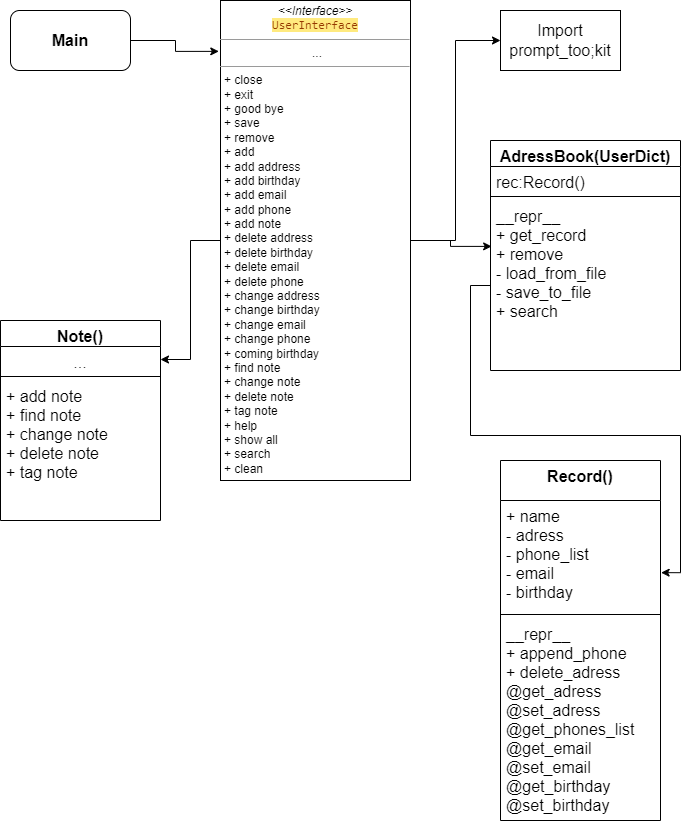
IiIymik/goit-python keeps this draw.io diagram as web-hw-2/Untitled Diagram.drawio.png. Above is the earlier version. Source tidied: cells renumbered, new cells last; positions are measured from the earlier drawing's top-left corner, leaving out a move shared by most shapes. Its diagram source:
```xml
<mxGraphModel>
  <root>
    <mxCell id="0" />
    <mxCell id="1" parent="0" />
    <mxCell id="2" style="edgeStyle=orthogonalEdgeStyle;rounded=0;jettySize=auto;html=1;entryX=0;entryY=0.5;entryDx=0;entryDy=0;fontSize=16;" parent="1" edge="1" source="5" target="8">
      <mxGeometry relative="1" as="geometry" />
    </mxCell>
    <mxCell id="3" style="edgeStyle=orthogonalEdgeStyle;rounded=0;jettySize=auto;html=1;entryX=0.006;entryY=0.27;entryDx=0;entryDy=0;entryPerimeter=0;fontSize=16;" parent="1" edge="1" source="5" target="12">
      <mxGeometry relative="1" as="geometry" />
    </mxCell>
    <mxCell id="4" style="edgeStyle=orthogonalEdgeStyle;rounded=0;jettySize=auto;html=1;entryX=1;entryY=0.5;entryDx=0;entryDy=0;fontSize=16;" parent="1" edge="1" source="5" target="19">
      <mxGeometry relative="1" as="geometry" />
    </mxCell>
    <mxCell id="5" value="&lt;p style=&quot;margin:0px;margin-top:4px;text-align:center;&quot;&gt;&lt;i&gt;&amp;lt;&amp;lt;Interface&amp;gt;&amp;gt;&lt;/i&gt;&lt;br&gt;&lt;span style=&quot;color: rgb(149, 56, 0); font-family: ui-monospace, SFMono-Regular, &amp;quot;SF Mono&amp;quot;, Menlo, Consolas, &amp;quot;Liberation Mono&amp;quot;, monospace; text-align: start; background-color: rgb(255, 234, 127);&quot;&gt;UserInterface&lt;/span&gt;&lt;br&gt;&lt;/p&gt;&lt;hr size=&quot;1&quot;&gt;&lt;p style=&quot;text-align: center; margin: 0px 0px 0px 4px;&quot;&gt;...&lt;/p&gt;&lt;hr size=&quot;1&quot;&gt;&lt;p style=&quot;margin:0px;margin-left:4px;&quot;&gt;+ close&lt;br&gt;+ exit&lt;/p&gt;&lt;p style=&quot;margin:0px;margin-left:4px;&quot;&gt;+ good bye&lt;/p&gt;&lt;p style=&quot;margin:0px;margin-left:4px;&quot;&gt;+ save&lt;/p&gt;&lt;p style=&quot;margin:0px;margin-left:4px;&quot;&gt;+ remove&lt;/p&gt;&lt;p style=&quot;margin:0px;margin-left:4px;&quot;&gt;+ add&lt;/p&gt;&lt;p style=&quot;margin:0px;margin-left:4px;&quot;&gt;+ add address&lt;/p&gt;&lt;p style=&quot;margin:0px;margin-left:4px;&quot;&gt;+ add birthday&lt;/p&gt;&lt;p style=&quot;margin:0px;margin-left:4px;&quot;&gt;+ add email&lt;/p&gt;&lt;p style=&quot;margin:0px;margin-left:4px;&quot;&gt;+ add phone&lt;/p&gt;&lt;p style=&quot;margin:0px;margin-left:4px;&quot;&gt;+ add note&lt;/p&gt;&lt;p style=&quot;margin:0px;margin-left:4px;&quot;&gt;+ delete address&lt;/p&gt;&lt;p style=&quot;margin: 0px 0px 0px 4px;&quot;&gt;+ delete&amp;nbsp;birthday&lt;/p&gt;&lt;p style=&quot;margin: 0px 0px 0px 4px;&quot;&gt;+ delete&amp;nbsp;email&lt;/p&gt;&lt;p style=&quot;margin: 0px 0px 0px 4px;&quot;&gt;+ delete&amp;nbsp;phone&lt;/p&gt;&lt;p style=&quot;margin: 0px 0px 0px 4px;&quot;&gt;+ change address&lt;/p&gt;&lt;p style=&quot;margin: 0px 0px 0px 4px;&quot;&gt;+ change birthday&lt;/p&gt;&lt;p style=&quot;margin: 0px 0px 0px 4px;&quot;&gt;+ change email&lt;/p&gt;&lt;p style=&quot;margin: 0px 0px 0px 4px;&quot;&gt;+ change phone&lt;/p&gt;&lt;p style=&quot;margin: 0px 0px 0px 4px;&quot;&gt;+ coming birthday&lt;/p&gt;&lt;p style=&quot;margin: 0px 0px 0px 4px;&quot;&gt;+ find note&lt;/p&gt;&lt;p style=&quot;margin: 0px 0px 0px 4px;&quot;&gt;+ change note&lt;/p&gt;&lt;p style=&quot;margin: 0px 0px 0px 4px;&quot;&gt;+ delete note&lt;/p&gt;&lt;p style=&quot;margin: 0px 0px 0px 4px;&quot;&gt;+ tag note&lt;/p&gt;&lt;p style=&quot;margin: 0px 0px 0px 4px;&quot;&gt;+ help&lt;/p&gt;&lt;p style=&quot;margin: 0px 0px 0px 4px;&quot;&gt;+ show all&lt;/p&gt;&lt;p style=&quot;margin: 0px 0px 0px 4px;&quot;&gt;+ search&lt;/p&gt;&lt;p style=&quot;margin: 0px 0px 0px 4px;&quot;&gt;+ clean&lt;/p&gt;" style="verticalAlign=top;align=left;overflow=fill;fontSize=12;fontFamily=Helvetica;html=1;rounded=0;shadow=0;comic=0;labelBackgroundColor=none;strokeWidth=1;" parent="1" vertex="1">
      <mxGeometry x="220" width="190" height="480" as="geometry" />
    </mxCell>
    <mxCell id="6" style="edgeStyle=orthogonalEdgeStyle;rounded=0;jettySize=auto;html=1;entryX=-0.009;entryY=0.106;entryDx=0;entryDy=0;entryPerimeter=0;fontSize=16;" parent="1" edge="1" source="7" target="5">
      <mxGeometry relative="1" as="geometry" />
    </mxCell>
    <mxCell id="7" value="&lt;b&gt;&lt;font style=&quot;font-size: 16px;&quot;&gt;Main&lt;/font&gt;&lt;/b&gt;" style="rounded=1;whiteSpace=wrap;html=1;" parent="1" vertex="1">
      <mxGeometry x="10" y="10" width="120" height="60" as="geometry" />
    </mxCell>
    <mxCell id="8" value="Import prompt_too;kit" style="rounded=0;whiteSpace=wrap;html=1;fontSize=16;" parent="1" vertex="1">
      <mxGeometry x="500" y="10" width="120" height="60" as="geometry" />
    </mxCell>
    <mxCell id="9" value="AdressBook(UserDict)" style="swimlane;fontStyle=1;align=center;verticalAlign=top;horizontal=1;startSize=26;fontSize=16;" parent="1" vertex="1">
      <mxGeometry x="490" y="140" width="190" height="230" as="geometry" />
    </mxCell>
    <mxCell id="10" value="rec:Record()" style="text;strokeColor=none;fillColor=none;align=left;verticalAlign=top;spacingLeft=4;spacingRight=4;overflow=hidden;fontSize=16;" parent="9" vertex="1">
      <mxGeometry y="26" width="190" height="26" as="geometry" />
    </mxCell>
    <mxCell id="11" style="line;strokeWidth=1;fillColor=none;align=left;verticalAlign=middle;spacingTop=-1;spacingLeft=3;spacingRight=3;labelPosition=right;fontSize=16;" parent="9" vertex="1">
      <mxGeometry y="52" width="190" height="8" as="geometry" />
    </mxCell>
    <mxCell id="12" value="__repr__&#10;+ get_record&#10;+ remove&#10;- load_from_file&#10;- save_to_file&#10;+ search&#10;" style="text;strokeColor=none;fillColor=none;align=left;verticalAlign=top;spacingLeft=4;spacingRight=4;overflow=hidden;points=[[0,0.5],[1,0.5]];portConstraint=eastwest;fontSize=16;" parent="9" vertex="1">
      <mxGeometry y="60" width="190" height="170" as="geometry" />
    </mxCell>
    <mxCell id="13" value="Record()" style="swimlane;fontStyle=1;align=center;verticalAlign=top;horizontal=1;startSize=40;fontSize=16;" parent="1" vertex="1">
      <mxGeometry x="500" y="460" width="160" height="360" as="geometry" />
    </mxCell>
    <mxCell id="14" value="+ name&#10;- adress&#10;- phone_list&#10;- email&#10;- birthday" style="text;strokeColor=none;fillColor=none;align=left;verticalAlign=top;spacingLeft=4;spacingRight=4;overflow=hidden;points=[[0,0.5],[1,0.5]];portConstraint=eastwest;fontSize=16;" parent="13" vertex="1">
      <mxGeometry y="40" width="160" height="110" as="geometry" />
    </mxCell>
    <mxCell id="15" style="line;strokeWidth=1;fillColor=none;align=left;verticalAlign=middle;spacingTop=-1;spacingLeft=3;spacingRight=3;labelPosition=right;fontSize=16;" parent="13" vertex="1">
      <mxGeometry y="150" width="160" height="8" as="geometry" />
    </mxCell>
    <mxCell id="16" value="__repr__&#10;+ append_phone&#10;+ delete_adress&#10;@get_adress&#10;@set_adress&#10;@get_phones_list&#10;@get_email&#10;@set_email&#10;@get_birthday&#10;@set_birthday" style="text;strokeColor=none;fillColor=none;align=left;verticalAlign=top;spacingLeft=4;spacingRight=4;overflow=hidden;fontSize=16;" parent="13" vertex="1">
      <mxGeometry y="158" width="160" height="202" as="geometry" />
    </mxCell>
    <mxCell id="17" style="edgeStyle=orthogonalEdgeStyle;rounded=0;jettySize=auto;html=1;entryX=1.004;entryY=0.656;entryDx=0;entryDy=0;entryPerimeter=0;fontSize=16;" parent="1" edge="1" source="12" target="14">
      <mxGeometry relative="1" as="geometry" />
    </mxCell>
    <mxCell id="18" value="Note()" style="swimlane;fontStyle=1;align=center;verticalAlign=top;horizontal=1;startSize=26;fontSize=16;" parent="1" vertex="1">
      <mxGeometry y="320" width="160" height="200" as="geometry" />
    </mxCell>
    <mxCell id="19" value="..." style="text;strokeColor=none;fillColor=none;align=center;verticalAlign=top;spacingLeft=4;spacingRight=4;overflow=hidden;points=[[0,0.5],[1,0.5]];portConstraint=eastwest;fontSize=16;" parent="18" vertex="1">
      <mxGeometry y="26" width="160" height="26" as="geometry" />
    </mxCell>
    <mxCell id="20" style="line;strokeWidth=1;fillColor=none;align=left;verticalAlign=middle;spacingTop=-1;spacingLeft=3;spacingRight=3;labelPosition=right;fontSize=16;" parent="18" vertex="1">
      <mxGeometry y="52" width="160" height="8" as="geometry" />
    </mxCell>
    <mxCell id="21" value="+ add note&#10;+ find note&#10;+ change note&#10;+ delete note&#10;+ tag note" style="text;strokeColor=none;fillColor=none;align=left;verticalAlign=top;spacingLeft=4;spacingRight=4;overflow=hidden;fontSize=16;" parent="18" vertex="1">
      <mxGeometry y="60" width="160" height="140" as="geometry" />
    </mxCell>
  </root>
</mxGraphModel>
```
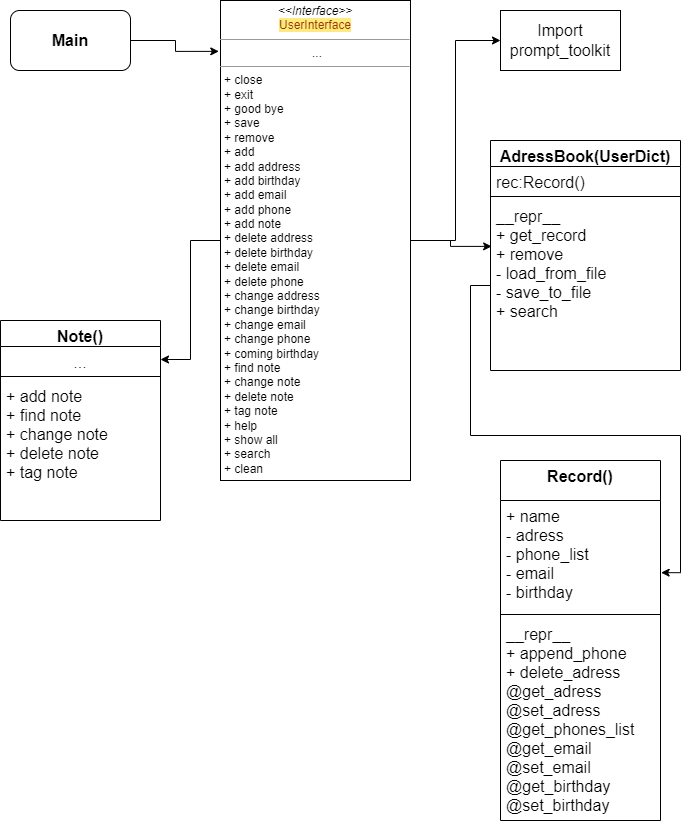
The same file after the commit.

The edit, as a diff of the source:
```diff
@@ -20,7 +20,7 @@
     <mxCell id="7" value="&lt;b&gt;&lt;font style=&quot;font-size: 16px;&quot;&gt;Main&lt;/font&gt;&lt;/b&gt;" style="rounded=1;whiteSpace=wrap;html=1;" parent="1" vertex="1">
       <mxGeometry x="10" y="10" width="120" height="60" as="geometry" />
     </mxCell>
-    <mxCell id="8" value="Import prompt_too;kit" style="rounded=0;whiteSpace=wrap;html=1;fontSize=16;" parent="1" vertex="1">
+    <mxCell id="8" value="Import prompt_toolkit" style="rounded=0;whiteSpace=wrap;html=1;fontSize=16;" parent="1" vertex="1">
       <mxGeometry x="500" y="10" width="120" height="60" as="geometry" />
     </mxCell>
     <mxCell id="9" value="AdressBook(UserDict)" style="swimlane;fontStyle=1;align=center;verticalAlign=top;horizontal=1;startSize=26;fontSize=16;" parent="1" vertex="1">
```
